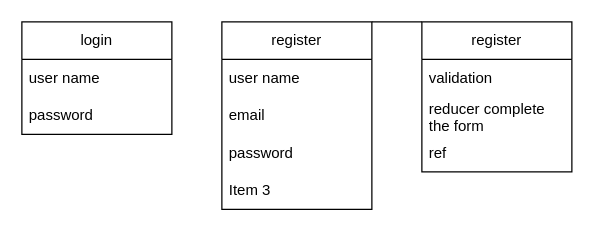
Above: base/full-stack-digram.drawio in RwinZakeri/full-stack (draw.io), before the change. Source tidied: cells renumbered, new cells numbered last; positions are measured from the earlier drawing's top-left corner, leaving out a move shared by most shapes. Both pictures are drawn from the tidied source at 125%, with x=0, y=0 at pixel (21, 21).
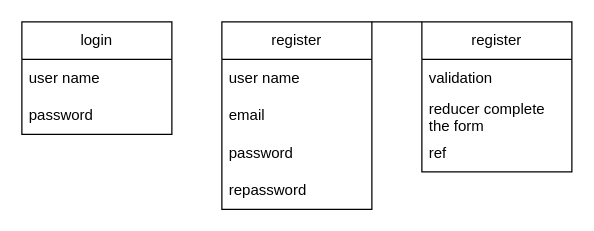
After the change.

Change to the diagram source:
```diff
@@
 <mxGraphModel>
   <root>
     <mxCell id="0" />
     <mxCell id="1" parent="0" />
     <mxCell id="2" value="login" style="swimlane;fontStyle=0;horizontal=1;startSize=30;whiteSpace=wrap;html=1;" parent="1" vertex="1">
       <mxGeometry width="120" height="90" as="geometry" />
     </mxCell>
     <mxCell id="3" value="user name" style="text;strokeColor=none;fillColor=none;align=left;verticalAlign=middle;spacingLeft=4;spacingRight=4;overflow=hidden;whiteSpace=wrap;html=1;" parent="2" vertex="1">
       <mxGeometry y="30" width="120" height="30" as="geometry" />
     </mxCell>
     <mxCell id="4" value="password" style="text;strokeColor=none;fillColor=none;align=left;verticalAlign=middle;spacingLeft=4;spacingRight=4;overflow=hidden;whiteSpace=wrap;html=1;" parent="2" vertex="1">
       <mxGeometry y="60" width="120" height="30" as="geometry" />
     </mxCell>
     <mxCell id="5" value="register" style="swimlane;fontStyle=0;horizontal=1;startSize=30;whiteSpace=wrap;html=1;" parent="1" vertex="1">
       <mxGeometry x="160" width="120" height="150" as="geometry" />
     </mxCell>
     <mxCell id="6" value="user name&amp;nbsp;" style="text;strokeColor=none;fillColor=none;align=left;verticalAlign=middle;spacingLeft=4;spacingRight=4;overflow=hidden;whiteSpace=wrap;html=1;" parent="5" vertex="1">
       <mxGeometry y="30" width="120" height="30" as="geometry" />
     </mxCell>
     <mxCell id="7" value="email&amp;nbsp;" style="text;strokeColor=none;fillColor=none;align=left;verticalAlign=middle;spacingLeft=4;spacingRight=4;overflow=hidden;whiteSpace=wrap;html=1;" parent="5" vertex="1">
       <mxGeometry y="60" width="120" height="30" as="geometry" />
     </mxCell>
     <mxCell id="8" value="password&amp;nbsp;" style="text;strokeColor=none;fillColor=none;align=left;verticalAlign=middle;spacingLeft=4;spacingRight=4;overflow=hidden;whiteSpace=wrap;html=1;" parent="5" vertex="1">
       <mxGeometry y="90" width="120" height="30" as="geometry" />
     </mxCell>
-    <mxCell id="9" value="Item 3" style="text;strokeColor=none;fillColor=none;align=left;verticalAlign=middle;spacingLeft=4;spacingRight=4;overflow=hidden;whiteSpace=wrap;html=1;" parent="5" vertex="1">
+    <mxCell id="9" value="repassword" style="text;strokeColor=none;fillColor=none;align=left;verticalAlign=middle;spacingLeft=4;spacingRight=4;overflow=hidden;whiteSpace=wrap;html=1;" parent="5" vertex="1">
       <mxGeometry y="120" width="120" height="30" as="geometry" />
     </mxCell>
     <mxCell id="10" value="register" style="swimlane;fontStyle=0;horizontal=1;startSize=30;whiteSpace=wrap;html=1;" parent="1" vertex="1">
       <mxGeometry x="320" width="120" height="120" as="geometry" />
     </mxCell>
     <mxCell id="11" value="validation" style="text;strokeColor=none;fillColor=none;align=left;verticalAlign=middle;spacingLeft=4;spacingRight=4;overflow=hidden;whiteSpace=wrap;html=1;" parent="10" vertex="1">
       <mxGeometry y="30" width="120" height="30" as="geometry" />
     </mxCell>
     <mxCell id="12" value="reducer complete the form" style="text;strokeColor=none;fillColor=none;align=left;verticalAlign=middle;spacingLeft=4;spacingRight=4;overflow=hidden;whiteSpace=wrap;html=1;" parent="10" vertex="1">
       <mxGeometry y="60" width="120" height="30" as="geometry" />
     </mxCell>
     <mxCell id="13" value="ref&amp;nbsp;" style="text;strokeColor=none;fillColor=none;align=left;verticalAlign=middle;spacingLeft=4;spacingRight=4;overflow=hidden;whiteSpace=wrap;html=1;" parent="10" vertex="1">
       <mxGeometry y="90" width="120" height="30" as="geometry" />
     </mxCell>
     <mxCell id="14" style="endArrow=none;html=1;rounded=0;exitX=1;exitY=0;exitDx=0;exitDy=0;entryX=0;entryY=0;entryDx=0;entryDy=0;" parent="1" edge="1" source="5" target="10">
       <mxGeometry relative="1" as="geometry" />
     </mxCell>
   </root>
 </mxGraphModel>
```
